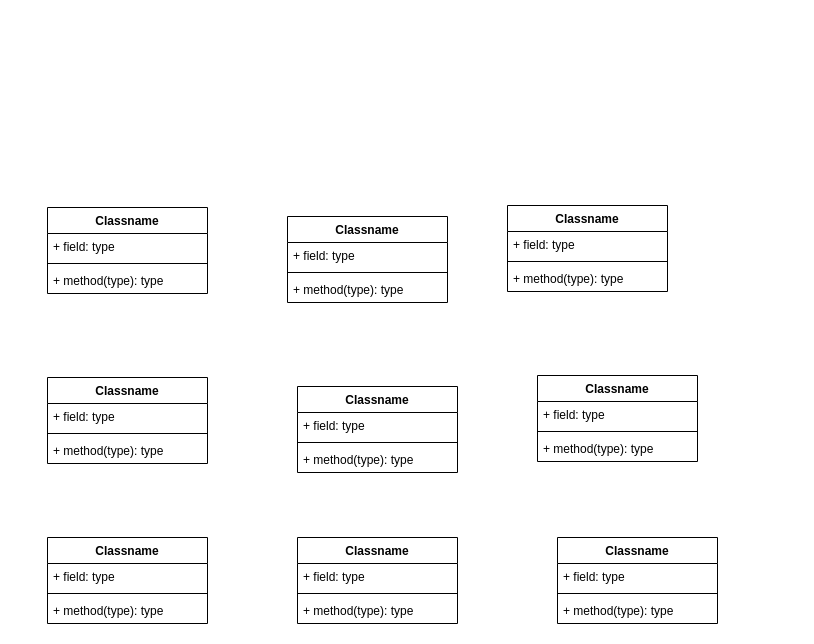
Before: src/UMLDiagrams/Hotel Management System Class Diagram.drawio in MauricePrendeville/Group-6-Project-ATU-Software-Development, a draw.io diagram. Source tidied: cells renumbered, new cells numbered last; positions are measured from the earlier drawing's top-left corner, leaving out a move shared by most shapes. Both pictures are drawn from the tidied source at 100%, with x=0, y=0 at pixel (47, 205).
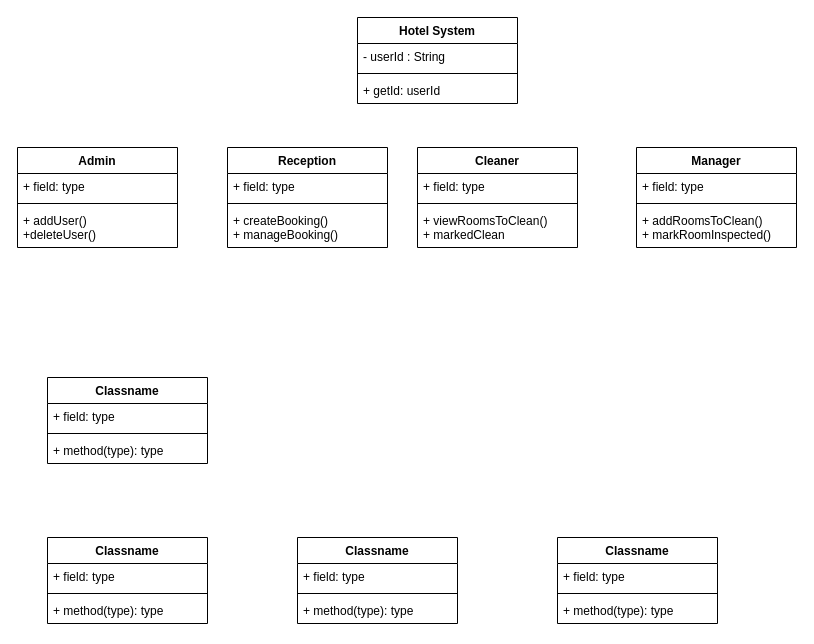
The same diagram, later.

The edit, as a diff of the source:
```diff
@@
-    <mxCell id="2" value="Classname" style="swimlane;fontStyle=1;align=center;verticalAlign=top;horizontal=1;startSize=26;whiteSpace=wrap;html=1;" parent="1" vertex="1">
-      <mxGeometry y="2" width="160" height="86" as="geometry" />
+    <mxCell id="2" value="Admin" style="swimlane;fontStyle=1;align=center;verticalAlign=top;horizontal=1;startSize=26;whiteSpace=wrap;html=1;" parent="1" vertex="1">
+      <mxGeometry x="-30" y="-58" width="160" height="100" as="geometry" />
     </mxCell>
@@
-    <mxCell id="5" value="+ method(type): type" style="text;strokeColor=none;fillColor=none;align=left;verticalAlign=top;spacingLeft=4;spacingRight=4;overflow=hidden;whiteSpace=wrap;html=1;" parent="2" vertex="1">
-      <mxGeometry y="60" width="160" height="26" as="geometry" />
+    <mxCell id="5" value="+ addUser()&lt;div&gt;+deleteUser()&lt;/div&gt;" style="text;strokeColor=none;fillColor=none;align=left;verticalAlign=top;spacingLeft=4;spacingRight=4;overflow=hidden;whiteSpace=wrap;html=1;" parent="2" vertex="1">
+      <mxGeometry y="60" width="160" height="40" as="geometry" />
     </mxCell>
-    <mxCell id="6" value="Classname" style="swimlane;fontStyle=1;align=center;verticalAlign=top;horizontal=1;startSize=26;whiteSpace=wrap;html=1;" parent="1" vertex="1">
-      <mxGeometry x="460" width="160" height="86" as="geometry" />
+    <mxCell id="6" value="Reception" style="swimlane;fontStyle=1;align=center;verticalAlign=top;horizontal=1;startSize=26;whiteSpace=wrap;html=1;" parent="1" vertex="1">
+      <mxGeometry x="180" y="-58" width="160" height="100" as="geometry" />
     </mxCell>
@@
-    <mxCell id="9" value="+ method(type): type" style="text;strokeColor=none;fillColor=none;align=left;verticalAlign=top;spacingLeft=4;spacingRight=4;overflow=hidden;whiteSpace=wrap;html=1;" parent="6" vertex="1">
-      <mxGeometry y="60" width="160" height="26" as="geometry" />
+    <mxCell id="9" value="+ createBooking()&lt;div&gt;+ manageBooking()&lt;/div&gt;" style="text;strokeColor=none;fillColor=none;align=left;verticalAlign=top;spacingLeft=4;spacingRight=4;overflow=hidden;whiteSpace=wrap;html=1;" parent="6" vertex="1">
+      <mxGeometry y="60" width="160" height="40" as="geometry" />
     </mxCell>
@@
-    <mxCell id="14" value="Classname" style="swimlane;fontStyle=1;align=center;verticalAlign=top;horizontal=1;startSize=26;whiteSpace=wrap;html=1;" parent="1" vertex="1">
-      <mxGeometry x="490" y="170" width="160" height="86" as="geometry" />
+    <mxCell id="14" value="Cleaner" style="swimlane;fontStyle=1;align=center;verticalAlign=top;horizontal=1;startSize=26;whiteSpace=wrap;html=1;" parent="1" vertex="1">
+      <mxGeometry x="370" y="-58" width="160" height="100" as="geometry" />
     </mxCell>
@@
-    <mxCell id="17" value="+ method(type): type" style="text;strokeColor=none;fillColor=none;align=left;verticalAlign=top;spacingLeft=4;spacingRight=4;overflow=hidden;whiteSpace=wrap;html=1;" parent="14" vertex="1">
-      <mxGeometry y="60" width="160" height="26" as="geometry" />
+    <mxCell id="17" value="+ viewRoomsToClean()&lt;div&gt;+ markedClean&lt;/div&gt;" style="text;strokeColor=none;fillColor=none;align=left;verticalAlign=top;spacingLeft=4;spacingRight=4;overflow=hidden;whiteSpace=wrap;html=1;" parent="14" vertex="1">
+      <mxGeometry y="60" width="160" height="40" as="geometry" />
     </mxCell>
@@
-    <mxCell id="22" value="Classname" style="swimlane;fontStyle=1;align=center;verticalAlign=top;horizontal=1;startSize=26;whiteSpace=wrap;html=1;" parent="1" vertex="1">
-      <mxGeometry x="240" y="11" width="160" height="86" as="geometry" />
+    <mxCell id="22" value="Hotel System" style="swimlane;fontStyle=1;align=center;verticalAlign=top;horizontal=1;startSize=26;whiteSpace=wrap;html=1;" parent="1" vertex="1">
+      <mxGeometry x="310" y="-188" width="160" height="86" as="geometry" />
     </mxCell>
-    <mxCell id="23" value="+ field: type" style="text;strokeColor=none;fillColor=none;align=left;verticalAlign=top;spacingLeft=4;spacingRight=4;overflow=hidden;whiteSpace=wrap;html=1;" parent="22" vertex="1">
+    <mxCell id="23" value="- userId : String" style="text;strokeColor=none;fillColor=none;align=left;verticalAlign=top;spacingLeft=4;spacingRight=4;overflow=hidden;whiteSpace=wrap;html=1;" parent="22" vertex="1">
       <mxGeometry y="26" width="160" height="26" as="geometry" />
     </mxCell>
@@
-    <mxCell id="25" value="+ method(type): type" style="text;strokeColor=none;fillColor=none;align=left;verticalAlign=top;spacingLeft=4;spacingRight=4;overflow=hidden;whiteSpace=wrap;html=1;" parent="22" vertex="1">
+    <mxCell id="25" value="+ getId: userId" style="text;strokeColor=none;fillColor=none;align=left;verticalAlign=top;spacingLeft=4;spacingRight=4;overflow=hidden;whiteSpace=wrap;html=1;" parent="22" vertex="1">
       <mxGeometry y="60" width="160" height="26" as="geometry" />
     </mxCell>
-    <mxCell id="26" value="Classname" style="swimlane;fontStyle=1;align=center;verticalAlign=top;horizontal=1;startSize=26;whiteSpace=wrap;html=1;" parent="1" vertex="1">
-      <mxGeometry x="250" y="181" width="160" height="86" as="geometry" />
+    <mxCell id="26" value="Manager" style="swimlane;fontStyle=1;align=center;verticalAlign=top;horizontal=1;startSize=26;whiteSpace=wrap;html=1;" parent="1" vertex="1">
+      <mxGeometry x="589" y="-58" width="160" height="100" as="geometry" />
     </mxCell>
@@
-    <mxCell id="29" value="+ method(type): type" style="text;strokeColor=none;fillColor=none;align=left;verticalAlign=top;spacingLeft=4;spacingRight=4;overflow=hidden;whiteSpace=wrap;html=1;" parent="26" vertex="1">
-      <mxGeometry y="60" width="160" height="26" as="geometry" />
+    <mxCell id="29" value="+ addRoomsToClean()&lt;div&gt;+ markRoomInspected()&lt;/div&gt;" style="text;strokeColor=none;fillColor=none;align=left;verticalAlign=top;spacingLeft=4;spacingRight=4;overflow=hidden;whiteSpace=wrap;html=1;" parent="26" vertex="1">
+      <mxGeometry y="60" width="160" height="40" as="geometry" />
     </mxCell>
```
